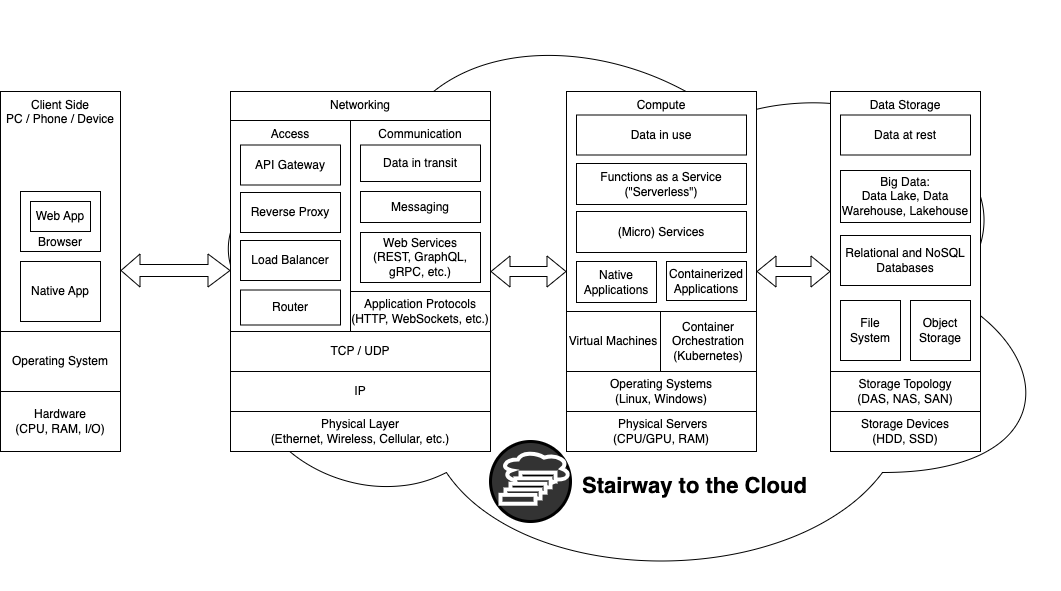
Earlier version of the draw.io export assets/images/cloud-stack.png (yoadg/yoadg.github.io). Source tidied: cells renumbered, new cells last; positions are measured from the earlier drawing's top-left corner, leaving out a move shared by most shapes.
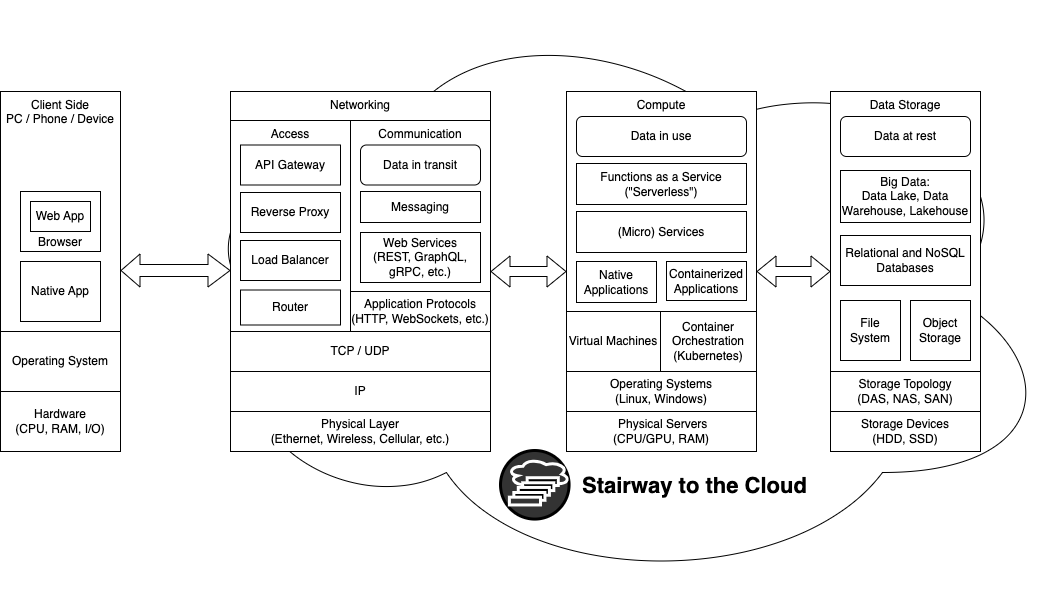
The same file after the commit.

Commit message:
Cloud stack

What changed in the source:
```diff
@@ -89,12 +89,6 @@
     <mxCell id="30" value="Containerized Applications" style="rounded=0;whiteSpace=wrap;html=1;" parent="1" vertex="1">
       <mxGeometry x="666" y="261" width="80" height="39" as="geometry" />
     </mxCell>
-    <mxCell id="31" value="Data in transit" style="rounded=0;whiteSpace=wrap;html=1;" parent="1" vertex="1">
-      <mxGeometry x="360" y="144.5" width="120" height="36.5" as="geometry" />
-    </mxCell>
-    <mxCell id="32" value="Data at rest" style="rounded=0;whiteSpace=wrap;html=1;" parent="1" vertex="1">
-      <mxGeometry x="840" y="114.5" width="130" height="40" as="geometry" />
-    </mxCell>
     <mxCell id="33" value="Native Applications" style="rounded=0;whiteSpace=wrap;html=1;" parent="1" vertex="1">
       <mxGeometry x="576" y="261" width="80" height="41" as="geometry" />
     </mxCell>
@@ -123,35 +117,32 @@
       <mxGeometry x="240" y="144.5" width="100" height="40" as="geometry" />
     </mxCell>
     <mxCell id="41" style="group;" parent="1" vertex="1">
-      <mxGeometry x="490" y="441" width="90" height="80" as="geometry" />
+      <mxGeometry x="500" y="450" width="80" height="70" as="geometry" />
     </mxCell>
     <mxCell id="42" style="ellipse;whiteSpace=wrap;html=1;fillStyle=solid;strokeColor=#000000;strokeWidth=3;fillColor=#333333;" parent="41" vertex="1">
-      <mxGeometry width="80" height="80" as="geometry" />
+      <mxGeometry width="68.6" height="68.6" as="geometry" />
     </mxCell>
-    <mxCell id="43" style="ellipse;shape=cloud;whiteSpace=wrap;html=1;strokeColor=#FFFFFF;strokeWidth=4;fillColor=none;" parent="41" vertex="1">
-      <mxGeometry x="10" y="8.9" width="70" height="36.4" as="geometry" />
+    <mxCell id="43" style="ellipse;shape=cloud;whiteSpace=wrap;html=1;strokeColor=#FFFFFF;strokeWidth=3;fillColor=none;" parent="41" vertex="1">
+      <mxGeometry x="6.9" y="7.8" width="62.2" height="31.9" as="geometry" />
     </mxCell>
-    <mxCell id="44" style="rounded=0;whiteSpace=wrap;html=1;strokeColor=#FFFFFF;fillColor=#000000;strokeWidth=4;" parent="41" vertex="1">
-      <mxGeometry x="30" y="31.1" width="35" height="8.9" as="geometry" />
+    <mxCell id="44" style="rounded=0;whiteSpace=wrap;html=1;strokeColor=#FFFFFF;fillColor=#000000;strokeWidth=3;" parent="41" vertex="1">
+      <mxGeometry x="26.7" y="27.2" width="31.1" height="7.8" as="geometry" />
     </mxCell>
-    <mxCell id="45" style="rounded=0;whiteSpace=wrap;html=1;strokeColor=#FFFFFF;fillColor=#000000;strokeWidth=4;" parent="41" vertex="1">
-      <mxGeometry x="25" y="36.9" width="35" height="8.9" as="geometry" />
+    <mxCell id="45" style="rounded=0;whiteSpace=wrap;html=1;strokeColor=#FFFFFF;fillColor=#000000;strokeWidth=3;" parent="41" vertex="1">
+      <mxGeometry x="22.2" y="32.3" width="31.1" height="7.8" as="geometry" />
     </mxCell>
-    <mxCell id="46" style="rounded=0;whiteSpace=wrap;html=1;strokeColor=#FFFFFF;fillColor=#000000;strokeWidth=4;" parent="41" vertex="1">
-      <mxGeometry x="20" y="42.2" width="35" height="8.9" as="geometry" />
+    <mxCell id="46" style="rounded=0;whiteSpace=wrap;html=1;strokeColor=#FFFFFF;fillColor=#000000;strokeWidth=3;" parent="41" vertex="1">
+      <mxGeometry x="17.8" y="36.9" width="31.1" height="7.8" as="geometry" />
     </mxCell>
-    <mxCell id="47" style="rounded=0;whiteSpace=wrap;html=1;strokeColor=#FFFFFF;fillColor=#000000;strokeWidth=4;" parent="41" vertex="1">
-      <mxGeometry x="15" y="48" width="35" height="8.9" as="geometry" />
+    <mxCell id="47" style="rounded=0;whiteSpace=wrap;html=1;strokeColor=#FFFFFF;fillColor=#000000;strokeWidth=3;" parent="41" vertex="1">
+      <mxGeometry x="13.3" y="42" width="31.1" height="7.8" as="geometry" />
     </mxCell>
-    <mxCell id="48" style="rounded=0;whiteSpace=wrap;html=1;strokeColor=#FFFFFF;fillColor=#333333;strokeWidth=4;" parent="41" vertex="1">
-      <mxGeometry x="10" y="53.3" width="35" height="8.9" as="geometry" />
+    <mxCell id="48" style="rounded=0;whiteSpace=wrap;html=1;strokeColor=#FFFFFF;fillColor=#333333;strokeWidth=3;" parent="41" vertex="1">
+      <mxGeometry x="8.9" y="46.7" width="31.1" height="7.8" as="geometry" />
     </mxCell>
     <mxCell id="49" value="&lt;h1 style=&quot;font-size: 22px;&quot;&gt;Stairway to the Cloud&lt;/h1&gt;" style="text;strokeColor=none;align=left;fillColor=none;html=1;verticalAlign=middle;whiteSpace=wrap;rounded=0;fontSize=22;" parent="1" vertex="1">
       <mxGeometry x="580" y="471" width="270" height="30" as="geometry" />
     </mxCell>
-    <mxCell id="50" value="Data in use" style="rounded=0;whiteSpace=wrap;html=1;" parent="1" vertex="1">
-      <mxGeometry x="576" y="114.5" width="170" height="40" as="geometry" />
-    </mxCell>
     <mxCell id="51" style="shape=flexArrow;endArrow=classic;startArrow=classic;html=1;rounded=0;exitX=1;exitY=0.5;exitDx=0;exitDy=0;entryX=0;entryY=0.5;entryDx=0;entryDy=0;" parent="1" edge="1" target="18">
       <mxGeometry relative="1" as="geometry">
         <mxPoint x="490" y="271" as="sourcePoint" />
@@ -160,5 +151,14 @@
     <mxCell id="52" value="(Micro) Services" style="rounded=0;whiteSpace=wrap;html=1;" parent="1" vertex="1">
       <mxGeometry x="576" y="211" width="170" height="41" as="geometry" />
     </mxCell>
+    <mxCell id="50" value="Data in use" style="rounded=1;whiteSpace=wrap;html=1;" parent="1" vertex="1">
+      <mxGeometry x="576" y="116" width="170" height="40" as="geometry" />
+    </mxCell>
+    <mxCell id="32" value="Data at rest" style="rounded=1;whiteSpace=wrap;html=1;" parent="1" vertex="1">
+      <mxGeometry x="840" y="116" width="130" height="40" as="geometry" />
+    </mxCell>
+    <mxCell id="31" value="Data in transit" style="rounded=1;whiteSpace=wrap;html=1;" parent="1" vertex="1">
+      <mxGeometry x="360" y="144.5" width="120" height="40" as="geometry" />
+    </mxCell>
   </root>
 </mxGraphModel>
```
